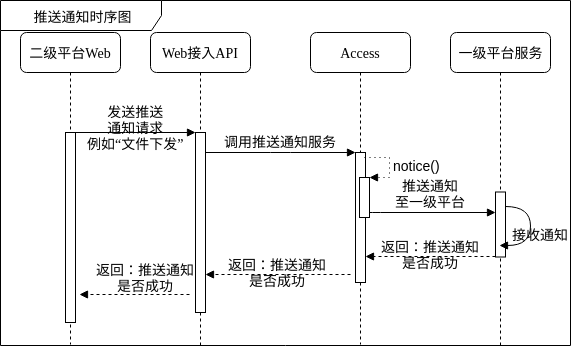
This is IOTManage/sequence-notice.png from waterwatermelon/graph, a draw.io export, as it was before one commit. Source tidied: cells renumbered, new cells last; positions are measured from the earlier drawing's top-left corner, leaving out a move shared by most shapes.
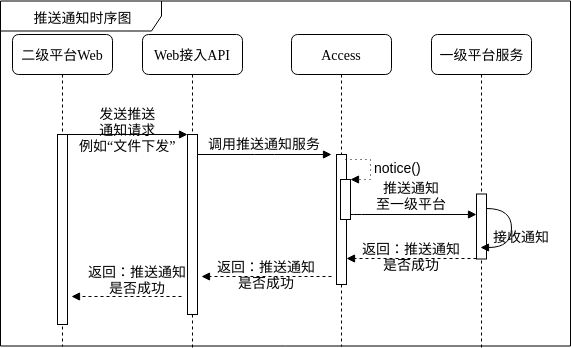
Later version of the same file.

Diff of the diagram source:
```diff
@@ -3,7 +3,7 @@
     <mxCell id="0" />
     <mxCell id="1" parent="0" />
     <mxCell id="2" value="&lt;font style=&quot;font-size: 14px&quot;&gt;推送通知时序图&lt;/font&gt;" style="shape=umlFrame;whiteSpace=wrap;html=1;width=161;height=30;" parent="1" vertex="1">
-      <mxGeometry width="570" height="345" as="geometry" />
+      <mxGeometry x="19" y="-1.5" width="570" height="345" as="geometry" />
     </mxCell>
     <mxCell id="3" value="推送通知&lt;br&gt;至一级平台" style="html=1;verticalAlign=bottom;endArrow=block;labelBackgroundColor=none;fontFamily=Verdana;fontSize=14;edgeStyle=elbowEdgeStyle;elbow=vertical;" parent="1" edge="1">
       <mxGeometry relative="1" as="geometry">
@@ -15,7 +15,7 @@
       </mxGeometry>
     </mxCell>
     <mxCell id="4" value="Web接入API" style="shape=umlLifeline;perimeter=lifelinePerimeter;whiteSpace=wrap;html=1;rounded=1;shadow=0;comic=0;labelBackgroundColor=none;strokeColor=#000000;strokeWidth=1;fillColor=#FFFFFF;fontFamily=Verdana;fontSize=14;fontColor=#000000;align=center;" parent="1" vertex="1">
-      <mxGeometry x="150" y="32" width="100" height="313" as="geometry" />
+      <mxGeometry x="161" y="32" width="100" height="313" as="geometry" />
     </mxCell>
     <mxCell id="5" style="html=1;points=[];perimeter=orthogonalPerimeter;rounded=0;shadow=0;comic=0;labelBackgroundColor=none;strokeColor=#000000;strokeWidth=1;fillColor=#FFFFFF;fontFamily=Verdana;fontSize=14;fontColor=#000000;align=center;" parent="4" vertex="1">
       <mxGeometry x="45" y="100" width="10" height="180" as="geometry" />
@@ -41,7 +41,7 @@
       <mxGeometry x="450" y="32" width="100" height="313" as="geometry" />
     </mxCell>
     <mxCell id="11" value="二级平台Web" style="shape=umlLifeline;perimeter=lifelinePerimeter;whiteSpace=wrap;html=1;rounded=1;shadow=0;comic=0;labelBackgroundColor=none;strokeColor=#000000;strokeWidth=1;fillColor=#FFFFFF;fontFamily=Verdana;fontSize=14;fontColor=#000000;align=center;" parent="1" vertex="1">
-      <mxGeometry x="20" y="32" width="100" height="312" as="geometry" />
+      <mxGeometry x="31" y="32" width="100" height="312" as="geometry" />
     </mxCell>
     <mxCell id="12" style="html=1;points=[];perimeter=orthogonalPerimeter;rounded=0;shadow=0;comic=0;labelBackgroundColor=none;strokeColor=#000000;strokeWidth=1;fillColor=#FFFFFF;fontFamily=Verdana;fontSize=14;fontColor=#000000;align=center;" parent="11" vertex="1">
       <mxGeometry x="45" y="100" width="10" height="190" as="geometry" />
@@ -52,8 +52,10 @@
     <mxCell id="14" value="发送推送&lt;br&gt;通知请求&lt;br&gt;例如“文件下发”&lt;br&gt;" style="html=1;verticalAlign=bottom;endArrow=block;entryX=0;entryY=0;labelBackgroundColor=none;fontFamily=Verdana;fontSize=14;edgeStyle=elbowEdgeStyle;elbow=vertical;endFill=1;" parent="1" edge="1" source="12" target="5">
       <mxGeometry y="-22" relative="1" as="geometry" />
     </mxCell>
-    <mxCell id="15" value="调用推送通知服务" style="html=1;verticalAlign=bottom;endArrow=block;entryX=0;entryY=0;labelBackgroundColor=none;fontFamily=Verdana;fontSize=14;edgeStyle=elbowEdgeStyle;elbow=vertical;endFill=1;" parent="1" edge="1" source="5" target="7">
-      <mxGeometry relative="1" as="geometry" />
+    <mxCell id="15" value="调用推送通知服务" style="html=1;verticalAlign=bottom;endArrow=block;labelBackgroundColor=none;fontFamily=Verdana;fontSize=14;edgeStyle=elbowEdgeStyle;elbow=vertical;endFill=1;" parent="1" edge="1" source="5">
+      <mxGeometry relative="1" as="geometry">
+        <mxPoint x="350" y="152" as="targetPoint" />
+      </mxGeometry>
     </mxCell>
     <mxCell id="16" value="返回：推送通知&lt;br&gt;是否成功" style="html=1;verticalAlign=bottom;endArrow=block;entryX=0;entryY=0;labelBackgroundColor=none;fontFamily=Verdana;fontSize=14;dashed=1;" parent="1" edge="1">
       <mxGeometry y="17" relative="1" as="geometry">
@@ -61,16 +63,16 @@
         <mxPoint x="365" y="256" as="targetPoint" />
       </mxGeometry>
     </mxCell>
-    <mxCell id="17" value="返回：推送通知&lt;br&gt;是否成功" style="html=1;verticalAlign=bottom;endArrow=block;entryX=0;entryY=0;labelBackgroundColor=none;fontFamily=Verdana;fontSize=14;dashed=1;" parent="1" edge="1">
+    <mxCell id="17" value="返回：推送通知&lt;br&gt;是否成功" style="html=1;verticalAlign=bottom;endArrow=block;labelBackgroundColor=none;fontFamily=Verdana;fontSize=14;dashed=1;" parent="1" edge="1">
       <mxGeometry y="17" relative="1" as="geometry">
         <mxPoint x="350" y="274" as="sourcePoint" />
-        <mxPoint x="205" y="274" as="targetPoint" />
+        <mxPoint x="220" y="274" as="targetPoint" />
       </mxGeometry>
     </mxCell>
     <mxCell id="18" value="返回：推送通知&lt;br&gt;是否成功" style="html=1;verticalAlign=bottom;endArrow=block;labelBackgroundColor=none;fontFamily=Verdana;fontSize=14;dashed=1;" parent="1" edge="1">
       <mxGeometry x="-0.2" y="2" relative="1" as="geometry">
-        <mxPoint x="189" y="294" as="sourcePoint" />
-        <mxPoint x="79" y="294" as="targetPoint" />
+        <mxPoint x="200" y="294" as="sourcePoint" />
+        <mxPoint x="90" y="294" as="targetPoint" />
       </mxGeometry>
     </mxCell>
     <mxCell id="19" value="接收通知" style="html=1;verticalAlign=bottom;endArrow=block;labelBackgroundColor=none;fontFamily=Verdana;fontSize=14;elbow=vertical;edgeStyle=orthogonalEdgeStyle;curved=1;exitX=1.066;exitY=0.713;exitPerimeter=0;" parent="1" edge="1">
```
